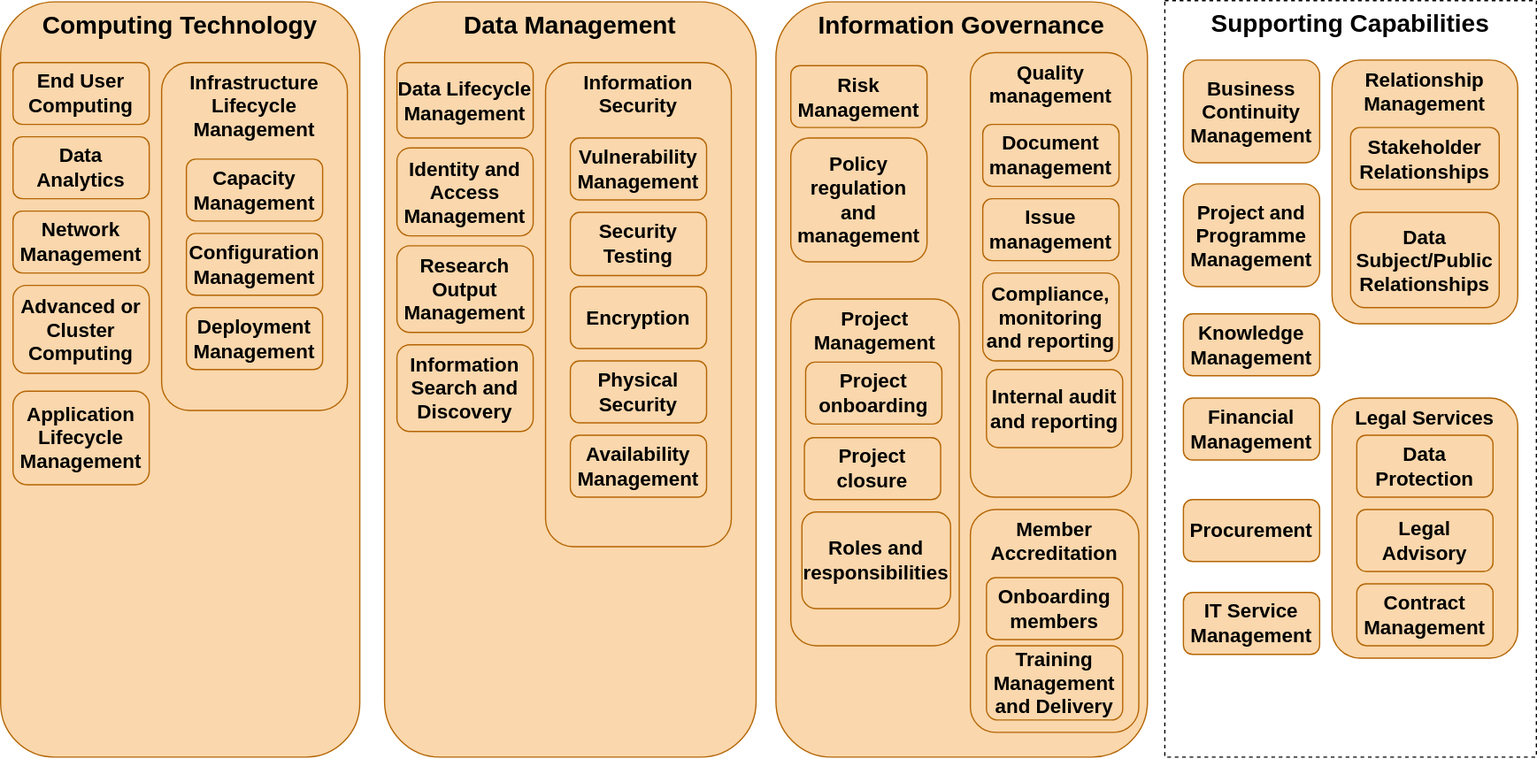
Earlier version of the draw.io export docs/images/Capability_Map/full.drawio.svg (sa-tre/satre-specification). Source tidied: cells renumbered, new cells last; positions are measured from the earlier drawing's top-left corner, leaving out a move shared by most shapes.
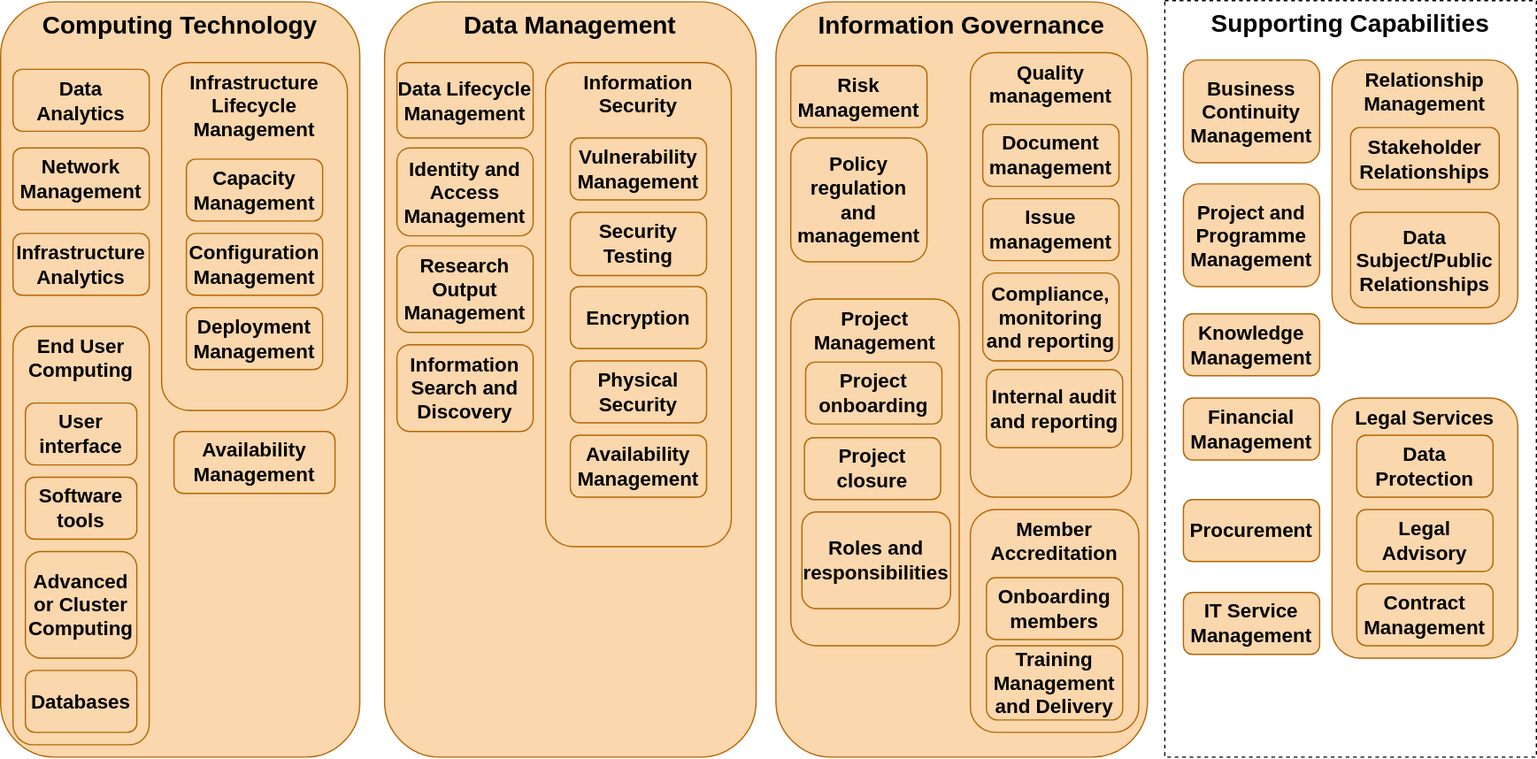
After the commit.

Commit message:
update computing tech on cap map

Diff of the diagram source:
```diff
@@ -2,6 +2,9 @@
   <root>
     <mxCell id="0" />
     <mxCell id="1" parent="0" />
+    <mxCell id="7" value="&lt;font style=&quot;font-size: 20px;&quot;&gt;Computing Technology&lt;/font&gt;" style="rounded=1;whiteSpace=wrap;html=1;fillColor=#fad7ac;strokeColor=#b46504;verticalAlign=top;fontSize=20;fontStyle=1;" parent="1" vertex="1">
+      <mxGeometry y="1" width="290" height="610" as="geometry" />
+    </mxCell>
     <mxCell id="2" value="&lt;font style=&quot;font-size: 20px;&quot;&gt;Information Governance&lt;/font&gt;" style="rounded=1;whiteSpace=wrap;html=1;fillColor=#fad7ac;strokeColor=#b46504;verticalAlign=top;fontSize=20;fontStyle=1;" parent="1" vertex="1">
       <mxGeometry x="626" y="1" width="300" height="610" as="geometry" />
     </mxCell>
@@ -17,27 +20,21 @@
     <mxCell id="6" value="&lt;font style=&quot;font-size: 16px;&quot;&gt;Training Management and Delivery&lt;/font&gt;" style="rounded=1;whiteSpace=wrap;html=1;fillColor=#fad7ac;strokeColor=#b46504;fontSize=16;fontStyle=1;" parent="1" vertex="1">
       <mxGeometry x="796" y="521" width="110" height="60" as="geometry" />
     </mxCell>
-    <mxCell id="7" value="&lt;font style=&quot;font-size: 20px;&quot;&gt;Computing Technology&lt;/font&gt;" style="rounded=1;whiteSpace=wrap;html=1;fillColor=#fad7ac;strokeColor=#b46504;verticalAlign=top;fontSize=20;fontStyle=1;" parent="1" vertex="1">
-      <mxGeometry y="1" width="290" height="610" as="geometry" />
-    </mxCell>
     <mxCell id="8" value="&lt;font style=&quot;font-size: 16px;&quot;&gt;Infrastructure Lifecycle Management&amp;nbsp;&lt;/font&gt;" style="rounded=1;whiteSpace=wrap;html=1;fillColor=#fad7ac;strokeColor=#b46504;verticalAlign=top;fontSize=16;fontStyle=1;" parent="1" vertex="1">
       <mxGeometry x="130" y="50" width="150" height="281" as="geometry" />
     </mxCell>
     <mxCell id="9" value="&lt;font style=&quot;font-size: 16px;&quot;&gt;Network Management&lt;/font&gt;" style="rounded=1;whiteSpace=wrap;html=1;fillColor=#fad7ac;strokeColor=#b46504;fontSize=16;fontStyle=1;" parent="1" vertex="1">
-      <mxGeometry x="10" y="170" width="110" height="50" as="geometry" />
+      <mxGeometry x="10" y="119" width="110" height="50" as="geometry" />
     </mxCell>
-    <mxCell id="10" value="&lt;font style=&quot;font-size: 16px;&quot;&gt;Application Lifecycle Management&lt;/font&gt;" style="rounded=1;whiteSpace=wrap;html=1;fillColor=#fad7ac;strokeColor=#b46504;fontSize=16;fontStyle=1;" parent="1" vertex="1">
-      <mxGeometry x="10" y="315.5" width="110" height="75.5" as="geometry" />
-    </mxCell>
     <mxCell id="11" value="&lt;font style=&quot;font-size: 16px;&quot;&gt;Data Analytics&lt;/font&gt;" style="rounded=1;whiteSpace=wrap;html=1;fillColor=#fad7ac;strokeColor=#b46504;fontSize=16;fontStyle=1;" parent="1" vertex="1">
-      <mxGeometry x="10" y="110" width="110" height="50" as="geometry" />
+      <mxGeometry x="10" y="55.5" width="110" height="50" as="geometry" />
     </mxCell>
+    <mxCell id="13" value="&lt;font style=&quot;font-size: 16px;&quot;&gt;End User Computing&lt;/font&gt;" style="rounded=1;whiteSpace=wrap;html=1;fillColor=#fad7ac;strokeColor=#b46504;fontSize=16;fontStyle=1;verticalAlign=top;" parent="1" vertex="1">
+      <mxGeometry x="10" y="263" width="110" height="338" as="geometry" />
+    </mxCell>
     <mxCell id="12" value="&lt;font style=&quot;font-size: 16px;&quot;&gt;Advanced or Cluster Computing&lt;/font&gt;" style="rounded=1;whiteSpace=wrap;html=1;fillColor=#fad7ac;strokeColor=#b46504;fontSize=16;fontStyle=1;" parent="1" vertex="1">
-      <mxGeometry x="10" y="230" width="110" height="71" as="geometry" />
+      <mxGeometry x="20" y="445" width="90" height="86" as="geometry" />
     </mxCell>
-    <mxCell id="13" value="&lt;font style=&quot;font-size: 16px;&quot;&gt;End User Computing&lt;/font&gt;" style="rounded=1;whiteSpace=wrap;html=1;fillColor=#fad7ac;strokeColor=#b46504;fontSize=16;fontStyle=1;" parent="1" vertex="1">
-      <mxGeometry x="10" y="50" width="110" height="50" as="geometry" />
-    </mxCell>
     <mxCell id="14" value="&lt;font style=&quot;font-size: 16px;&quot;&gt;Capacity Management&lt;/font&gt;" style="rounded=1;whiteSpace=wrap;html=1;fillColor=#fad7ac;strokeColor=#b46504;fontSize=16;fontStyle=1;" parent="1" vertex="1">
       <mxGeometry x="150" y="128" width="110" height="50" as="geometry" />
     </mxCell>
@@ -152,5 +149,20 @@
     <mxCell id="51" value="&lt;font style=&quot;font-size: 16px;&quot;&gt;Onboarding members&lt;/font&gt;" style="rounded=1;whiteSpace=wrap;html=1;fillColor=#fad7ac;strokeColor=#b46504;fontSize=16;fontStyle=1;" parent="1" vertex="1">
       <mxGeometry x="796" y="466" width="110" height="50" as="geometry" />
     </mxCell>
+    <mxCell id="52" value="&lt;font style=&quot;font-size: 16px;&quot;&gt;User interface&lt;/font&gt;" style="rounded=1;whiteSpace=wrap;html=1;fillColor=#fad7ac;strokeColor=#b46504;fontSize=16;fontStyle=1;" parent="1" vertex="1">
+      <mxGeometry x="20" y="325" width="90" height="50" as="geometry" />
+    </mxCell>
+    <mxCell id="53" value="&lt;font style=&quot;font-size: 16px;&quot;&gt;Software tools&lt;/font&gt;" style="rounded=1;whiteSpace=wrap;html=1;fillColor=#fad7ac;strokeColor=#b46504;fontSize=16;fontStyle=1;" parent="1" vertex="1">
+      <mxGeometry x="20" y="385" width="90" height="50" as="geometry" />
+    </mxCell>
+    <mxCell id="54" value="&lt;font style=&quot;font-size: 16px;&quot;&gt;Databases&lt;/font&gt;" style="rounded=1;whiteSpace=wrap;html=1;fillColor=#fad7ac;strokeColor=#b46504;fontSize=16;fontStyle=1;" parent="1" vertex="1">
+      <mxGeometry x="20" y="541" width="90" height="50" as="geometry" />
+    </mxCell>
+    <mxCell id="55" value="&lt;font style=&quot;font-size: 16px;&quot;&gt;Infrastructure Analytics&lt;/font&gt;" style="rounded=1;whiteSpace=wrap;html=1;fillColor=#fad7ac;strokeColor=#b46504;fontSize=16;fontStyle=1;" parent="1" vertex="1">
+      <mxGeometry x="10" y="188" width="110" height="50" as="geometry" />
+    </mxCell>
+    <mxCell id="56" value="&lt;font style=&quot;font-size: 16px;&quot;&gt;Availability Management&lt;/font&gt;" style="rounded=1;whiteSpace=wrap;html=1;fillColor=#fad7ac;strokeColor=#b46504;fontSize=16;fontStyle=1;" parent="1" vertex="1">
+      <mxGeometry x="140" y="348" width="130" height="50" as="geometry" />
+    </mxCell>
   </root>
 </mxGraphModel>
```
